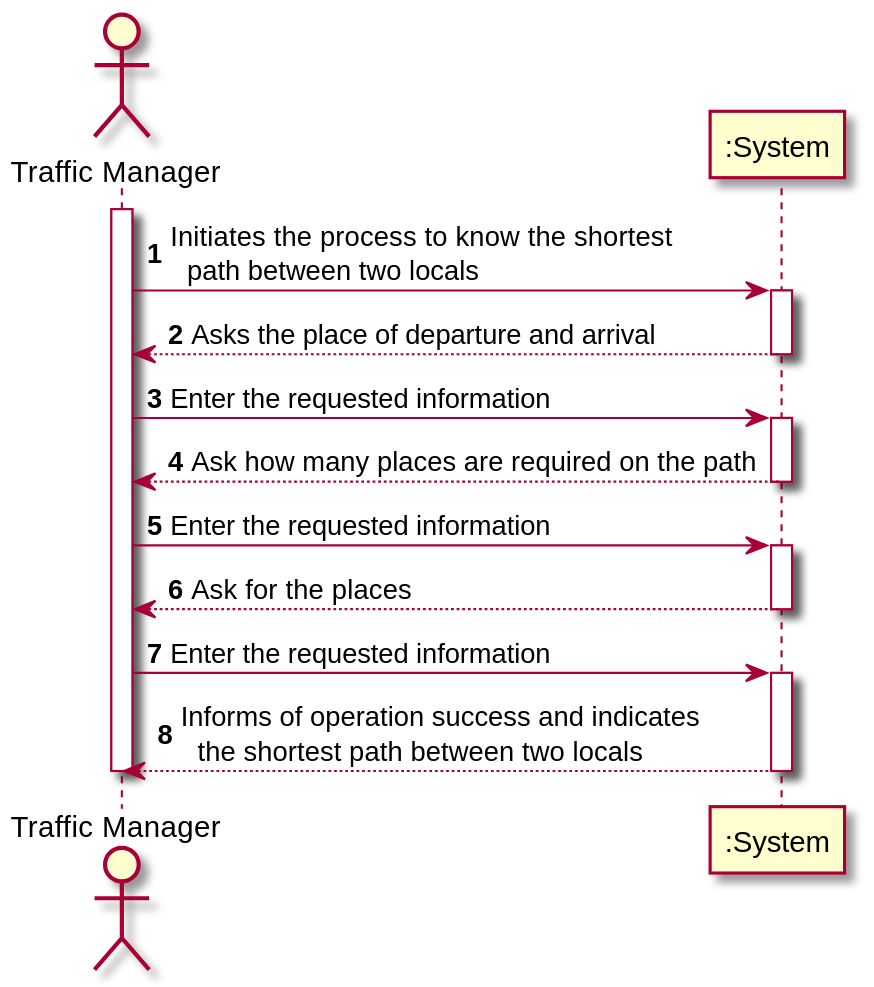
0franciscor/lapr3-2021-g042 keeps this PlantUML diagram as docs/US402/US402_SSD.svg. Above is the earlier version.
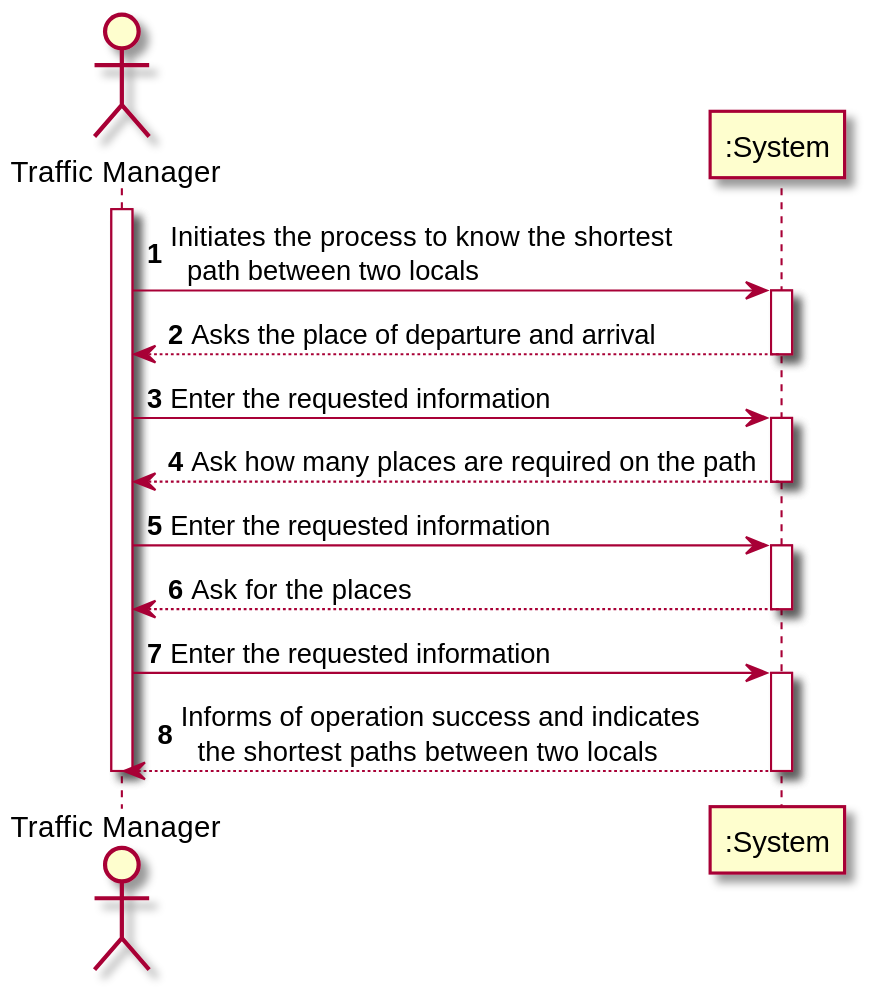
Above is the later version.

Change to the diagram source:
```diff
@@ -26,7 +26,7 @@
 TM -> ":System" : Enter the requested information
 activate ":System"
 
-":System" --> TM : Informs of operation success and indicates\n  the shortest path between two locals
+":System" --> TM : Informs of operation success and indicates\n  the shortest paths between two locals
 deactivate ":System"
 
 deactivate TM
```
